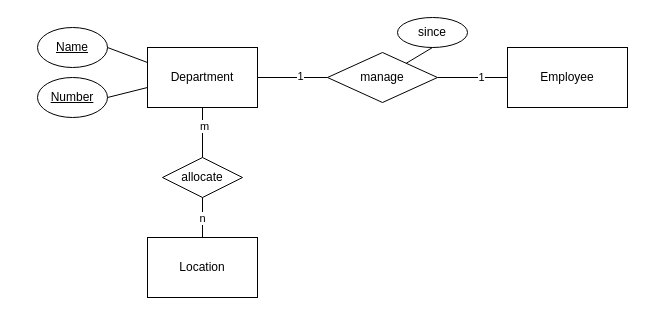
The draw.io diagram Construction company.drawio in nuo-li/Examples, before the edit. Source tidied: cells renumbered, new cells numbered last; positions are measured from the earlier drawing's top-left corner, leaving out a move shared by most shapes. Both pictures are drawn from the tidied source at 100%, with x=0, y=0 at pixel (37, 17).
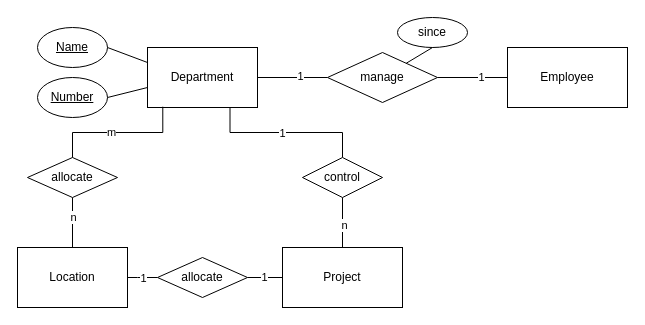
The same diagram, later.

Unchanged cells that the change refers to:
```xml
<mxCell id="2" value="Department" style="rounded=0;whiteSpace=wrap;html=1;" parent="1" vertex="1">
  <mxGeometry x="110" y="30" width="110" height="60" as="geometry" />
</mxCell>
```

The edit, as a diff of the source:
```diff
@@
+    <mxCell id="21" style="edgeStyle=orthogonalEdgeStyle;rounded=0;jettySize=auto;html=1;exitX=0.75;exitY=1;exitDx=0;exitDy=0;endArrow=none;endFill=0;" parent="1" edge="1" source="2" target="30">
+      <mxGeometry relative="1" as="geometry" />
+    </mxCell>
+    <mxCell id="22" value="1" style="edgeLabel;html=1;align=center;verticalAlign=middle;" parent="21" vertex="1">
+      <mxGeometry x="-0.05" relative="1" as="geometry" />
+    </mxCell>
@@
+    <mxCell id="23" style="edgeStyle=orthogonalEdgeStyle;rounded=0;jettySize=auto;html=1;exitX=1;exitY=0.5;exitDx=0;exitDy=0;entryX=0;entryY=0.5;entryDx=0;entryDy=0;endArrow=none;endFill=0;" parent="1" edge="1" source="15" target="32">
+      <mxGeometry relative="1" as="geometry">
+        <Array as="points">
+          <mxPoint x="100" y="260" />
+          <mxPoint x="100" y="260" />
+        </Array>
+      </mxGeometry>
+    </mxCell>
+    <mxCell id="24" value="1" style="edgeLabel;html=1;align=center;verticalAlign=middle;" parent="23" vertex="1">
+      <mxGeometry x="0.02" relative="1" as="geometry" />
+    </mxCell>
     <mxCell id="15" value="Location" style="rounded=0;whiteSpace=wrap;html=1;" parent="1" vertex="1">
-      <mxGeometry x="110" y="220" width="110" height="60" as="geometry" />
+      <mxGeometry x="-20" y="230" width="110" height="60" as="geometry" />
     </mxCell>
+    <mxCell id="25" style="edgeStyle=orthogonalEdgeStyle;rounded=0;jettySize=auto;html=1;entryX=0.5;entryY=0;entryDx=0;entryDy=0;endArrow=none;endFill=0;" parent="1" edge="1" source="16" target="15">
+      <mxGeometry relative="1" as="geometry" />
+    </mxCell>
+    <mxCell id="26" value="n" style="edgeLabel;html=1;align=center;verticalAlign=middle;" parent="25" vertex="1">
+      <mxGeometry x="-0.25" relative="1" as="geometry" />
+    </mxCell>
     <mxCell id="16" value="allocate" style="rhombus;whiteSpace=wrap;html=1;" parent="1" vertex="1">
-      <mxGeometry x="125" y="140" width="80" height="40" as="geometry" />
+      <mxGeometry x="-10" y="140" width="90" height="40" as="geometry" />
     </mxCell>
+    <mxCell id="27" style="edgeStyle=orthogonalEdgeStyle;rounded=0;jettySize=auto;html=1;exitX=0.5;exitY=0;exitDx=0;exitDy=0;endArrow=none;endFill=0;" parent="1" edge="1" source="29" target="30">
+      <mxGeometry relative="1" as="geometry" />
+    </mxCell>
+    <mxCell id="28" value="n" style="edgeLabel;html=1;align=center;verticalAlign=middle;" parent="27" vertex="1">
+      <mxGeometry x="-0.07" y="-1" relative="1" as="geometry" />
+    </mxCell>
+    <mxCell id="29" value="Project" style="rounded=0;whiteSpace=wrap;html=1;" parent="1" vertex="1">
+      <mxGeometry x="245" y="230" width="120" height="60" as="geometry" />
+    </mxCell>
-    <mxCell id="17" style="endArrow=none;html=1;rounded=0;exitX=0.5;exitY=0;exitDx=0;exitDy=0;" parent="1" edge="1" source="16" target="2">
+    <mxCell id="17" style="edgeStyle=orthogonalEdgeStyle;rounded=0;jettySize=auto;html=1;exitX=0.5;exitY=0;exitDx=0;exitDy=0;entryX=0.139;entryY=0.987;entryDx=0;entryDy=0;entryPerimeter=0;endArrow=none;endFill=0;" parent="1" edge="1" source="16" target="2">
       <mxGeometry relative="1" as="geometry" />
     </mxCell>
     <mxCell id="18" value="m" style="edgeLabel;html=1;align=center;verticalAlign=middle;" parent="17" vertex="1">
-      <mxGeometry x="0.29" y="-1" relative="1" as="geometry" />
+      <mxGeometry x="-0.11" y="1" relative="1" as="geometry" />
     </mxCell>
-    <mxCell id="19" style="endArrow=none;html=1;rounded=0;exitX=0.5;exitY=0;exitDx=0;exitDy=0;" parent="1" edge="1" source="15" target="16">
-      <mxGeometry relative="1" as="geometry" />
-    </mxCell>
-    <mxCell id="20" value="n" style="edgeLabel;html=1;align=center;verticalAlign=middle;" parent="19" vertex="1">
-      <mxGeometry x="-0.01" y="1" relative="1" as="geometry" />
-    </mxCell>
+    <mxCell id="30" value="control" style="rhombus;whiteSpace=wrap;html=1;" parent="1" vertex="1">
+      <mxGeometry x="265" y="140" width="80" height="40" as="geometry" />
+    </mxCell>
+    <mxCell id="31" value="1" style="edgeStyle=orthogonalEdgeStyle;rounded=0;jettySize=auto;html=1;entryX=0;entryY=0.5;entryDx=0;entryDy=0;endArrow=none;endFill=0;" parent="1" edge="1" source="32" target="29">
+      <mxGeometry relative="1" as="geometry" />
+    </mxCell>
+    <mxCell id="32" value="allocate" style="rhombus;whiteSpace=wrap;html=1;" parent="1" vertex="1">
+      <mxGeometry x="120" y="240" width="90" height="40" as="geometry" />
+    </mxCell>
```
